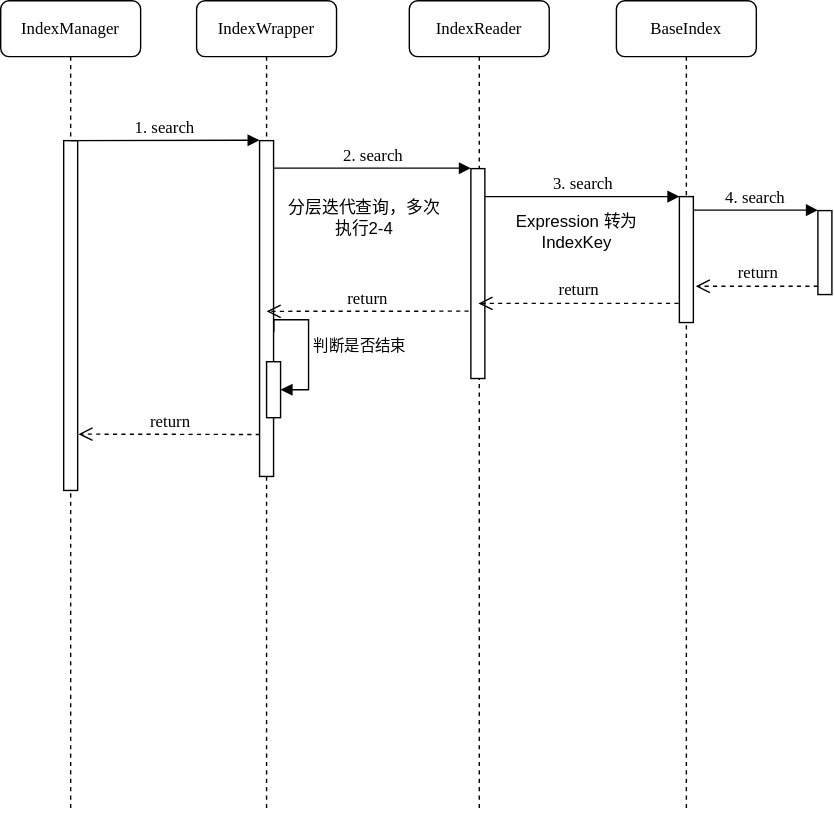
The draw.io diagram 未命名绘图.drawio.svg in gaochenxi/drawio, before a commit. Source tidied: cells renumbered, new cells last; positions are measured from the earlier drawing's top-left corner, leaving out a move shared by most shapes.
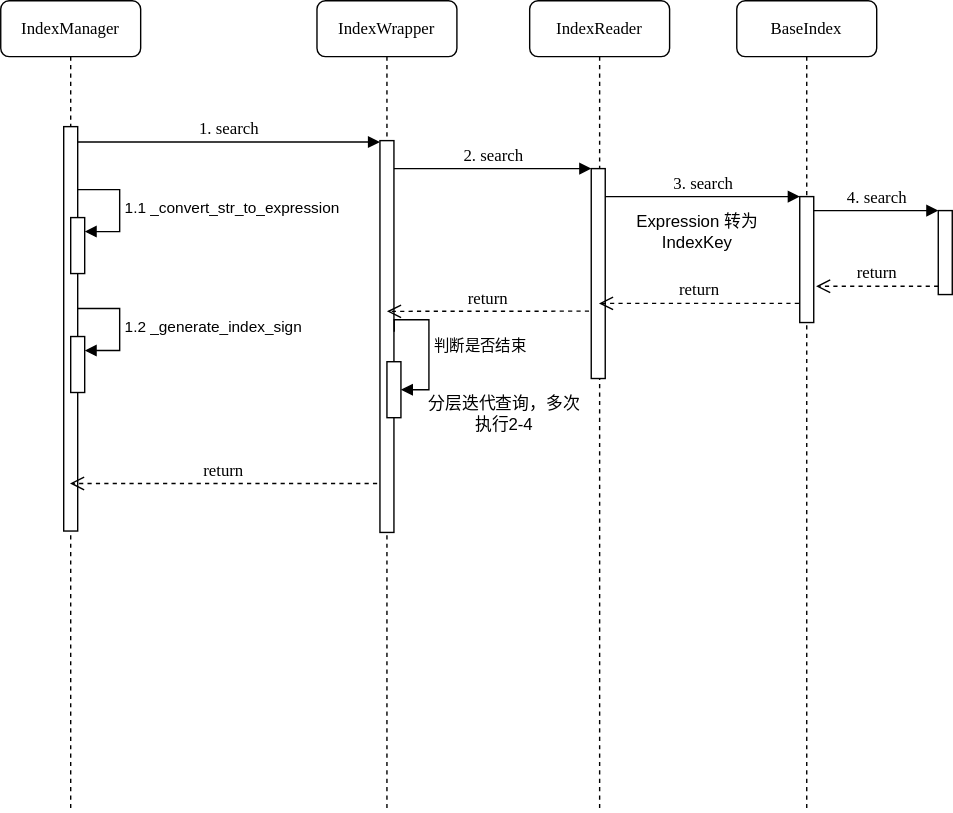
Later version of the same file.

Commit message:
更新未命名绘图.drawio.svg

Diff of the diagram source:
```diff
@@ -6,11 +6,8 @@
       <mxGeometry x="140" width="100" height="580" as="geometry" />
     </mxCell>
     <mxCell id="3" style="html=1;points=[];perimeter=orthogonalPerimeter;rounded=0;shadow=0;comic=0;labelBackgroundColor=none;strokeWidth=1;fontFamily=Verdana;fontSize=12;align=center;" parent="2" vertex="1">
-      <mxGeometry x="45" y="100" width="10" height="240" as="geometry" />
+      <mxGeometry x="45" y="100" width="10" height="280" as="geometry" />
     </mxCell>
-    <mxCell id="4" value="分层迭代查询，多次执行2-4" style="text;strokeColor=none;align=center;fillColor=none;html=1;verticalAlign=middle;whiteSpace=wrap;rounded=0;" parent="2" vertex="1">
-      <mxGeometry x="60" y="140" width="120" height="30" as="geometry" />
-    </mxCell>
     <mxCell id="5" style="html=1;points=[];perimeter=orthogonalPerimeter;outlineConnect=0;targetShapes=umlLifeline;portConstraint=eastwest;newEdgeStyle={&quot;edgeStyle&quot;:&quot;elbowEdgeStyle&quot;,&quot;elbow&quot;:&quot;vertical&quot;,&quot;curved&quot;:0,&quot;rounded&quot;:0};" parent="2" vertex="1">
       <mxGeometry x="50" y="258" width="10" height="40" as="geometry" />
     </mxCell>
@@ -37,11 +34,39 @@
       <mxGeometry x="440" width="100" height="580" as="geometry" />
     </mxCell>
     <mxCell id="11" value="IndexManager" style="shape=umlLifeline;perimeter=lifelinePerimeter;whiteSpace=wrap;html=1;outlineConnect=0;rounded=1;shadow=0;comic=0;labelBackgroundColor=none;strokeWidth=1;fontFamily=Verdana;fontSize=12;align=center;" parent="1" vertex="1">
-      <mxGeometry width="100" height="580" as="geometry" />
+      <mxGeometry x="-86" width="100" height="580" as="geometry" />
     </mxCell>
     <mxCell id="12" style="html=1;points=[];perimeter=orthogonalPerimeter;rounded=0;shadow=0;comic=0;labelBackgroundColor=none;strokeWidth=1;fontFamily=Verdana;fontSize=12;align=center;" parent="11" vertex="1">
-      <mxGeometry x="45" y="100" width="10" height="250" as="geometry" />
+      <mxGeometry x="45" y="90" width="10" height="289" as="geometry" />
     </mxCell>
+    <mxCell id="23" style="group;" parent="11" vertex="1">
+      <mxGeometry x="50" y="155" width="35" height="40" as="geometry" />
+    </mxCell>
+    <mxCell id="24" style="html=1;points=[];perimeter=orthogonalPerimeter;outlineConnect=0;targetShapes=umlLifeline;portConstraint=eastwest;newEdgeStyle={&quot;edgeStyle&quot;:&quot;elbowEdgeStyle&quot;,&quot;elbow&quot;:&quot;vertical&quot;,&quot;curved&quot;:0,&quot;rounded&quot;:0};" parent="23" vertex="1">
+      <mxGeometry width="10" height="40" as="geometry" />
+    </mxCell>
+    <mxCell id="25" value="1.1 _convert_str_to_expression" style="html=1;align=left;spacingLeft=2;endArrow=block;rounded=0;edgeStyle=orthogonalEdgeStyle;curved=0;rounded=0;" parent="23" edge="1" target="24">
+      <mxGeometry relative="1" as="geometry">
+        <mxPoint x="5" y="-20" as="sourcePoint" />
+        <Array as="points">
+          <mxPoint x="35" y="10" />
+        </Array>
+      </mxGeometry>
+    </mxCell>
+    <mxCell id="26" style="group;" parent="11" vertex="1">
+      <mxGeometry x="50" y="240" width="35" height="40" as="geometry" />
+    </mxCell>
+    <mxCell id="27" style="html=1;points=[];perimeter=orthogonalPerimeter;outlineConnect=0;targetShapes=umlLifeline;portConstraint=eastwest;newEdgeStyle={&quot;edgeStyle&quot;:&quot;elbowEdgeStyle&quot;,&quot;elbow&quot;:&quot;vertical&quot;,&quot;curved&quot;:0,&quot;rounded&quot;:0};" parent="26" vertex="1">
+      <mxGeometry width="10" height="40" as="geometry" />
+    </mxCell>
+    <mxCell id="28" value="1.2 _generate_index_sign" style="html=1;align=left;spacingLeft=2;endArrow=block;rounded=0;edgeStyle=orthogonalEdgeStyle;curved=0;rounded=0;" parent="26" edge="1" target="27">
+      <mxGeometry relative="1" as="geometry">
+        <mxPoint x="5" y="-20" as="sourcePoint" />
+        <Array as="points">
+          <mxPoint x="35" y="10" />
+        </Array>
+      </mxGeometry>
+    </mxCell>
     <mxCell id="13" style="html=1;points=[];perimeter=orthogonalPerimeter;rounded=0;shadow=0;comic=0;labelBackgroundColor=none;strokeWidth=1;fontFamily=Verdana;fontSize=12;align=center;" parent="1" vertex="1">
       <mxGeometry x="485" y="140" width="10" height="90" as="geometry" />
     </mxCell>
@@ -61,16 +86,16 @@
     <mxCell id="17" value="return" style="html=1;verticalAlign=bottom;endArrow=open;dashed=1;endSize=8;labelBackgroundColor=none;fontFamily=Verdana;fontSize=12;elbow=vertical;entryX=1.167;entryY=0.712;entryDx=0;entryDy=0;entryPerimeter=0;" parent="1" edge="1" source="15" target="13">
       <mxGeometry relative="1" as="geometry" />
     </mxCell>
-    <mxCell id="18" value="1. search" style="html=1;verticalAlign=bottom;endArrow=block;entryX=0;entryY=0;labelBackgroundColor=none;fontFamily=Verdana;fontSize=12;edgeStyle=elbowEdgeStyle;elbow=vertical;" parent="1" edge="1" source="12" target="3">
-      <mxGeometry relative="1" as="geometry" />
+    <mxCell id="18" value="1. search" style="html=1;verticalAlign=bottom;endArrow=block;entryX=0;entryY=0;labelBackgroundColor=none;fontFamily=Verdana;fontSize=12;elbow=vertical;" parent="1" edge="1" source="12">
+      <mxGeometry relative="1" as="geometry">
+        <mxPoint x="185" y="101" as="targetPoint" />
+      </mxGeometry>
     </mxCell>
     <mxCell id="19" value="2. search" style="html=1;verticalAlign=bottom;endArrow=block;entryX=0;entryY=0;labelBackgroundColor=none;fontFamily=Verdana;fontSize=12;edgeStyle=elbowEdgeStyle;elbow=vertical;" parent="1" edge="1" source="3" target="8">
       <mxGeometry x="0.01" relative="1" as="geometry" />
     </mxCell>
-    <mxCell id="20" value="return" style="html=1;verticalAlign=bottom;endArrow=open;dashed=1;endSize=8;labelBackgroundColor=none;fontFamily=Verdana;fontSize=12;elbow=vertical;exitX=0.022;exitY=0.67;exitDx=0;exitDy=0;exitPerimeter=0;entryX=1.056;entryY=0.839;entryDx=0;entryDy=0;entryPerimeter=0;" parent="1" edge="1" target="12">
-      <mxGeometry relative="1" as="geometry">
-        <mxPoint x="185.2" y="310" as="sourcePoint" />
-      </mxGeometry>
+    <mxCell id="20" value="return" style="html=1;verticalAlign=bottom;endArrow=open;dashed=1;endSize=8;labelBackgroundColor=none;fontFamily=Verdana;fontSize=12;elbow=vertical;exitX=-0.2;exitY=0.875;exitDx=0;exitDy=0;exitPerimeter=0;" parent="1" edge="1" source="3" target="11">
+      <mxGeometry relative="1" as="geometry" />
     </mxCell>
     <mxCell id="21" value="return" style="html=1;verticalAlign=bottom;endArrow=open;dashed=1;endSize=8;labelBackgroundColor=none;fontFamily=Verdana;fontSize=12;elbow=vertical;exitX=-0.056;exitY=0.848;exitDx=0;exitDy=0;exitPerimeter=0;" parent="1" edge="1" source="13" target="7">
       <mxGeometry relative="1" as="geometry" />
@@ -80,5 +105,8 @@
         <mxPoint x="190" y="222" as="targetPoint" />
       </mxGeometry>
     </mxCell>
+    <mxCell id="4" value="分层迭代查询，多次执行2-4" style="text;strokeColor=none;align=center;fillColor=none;html=1;verticalAlign=middle;whiteSpace=wrap;rounded=0;" parent="1" vertex="1">
+      <mxGeometry x="214" y="280" width="120" height="30" as="geometry" />
+    </mxCell>
   </root>
 </mxGraphModel>
```
